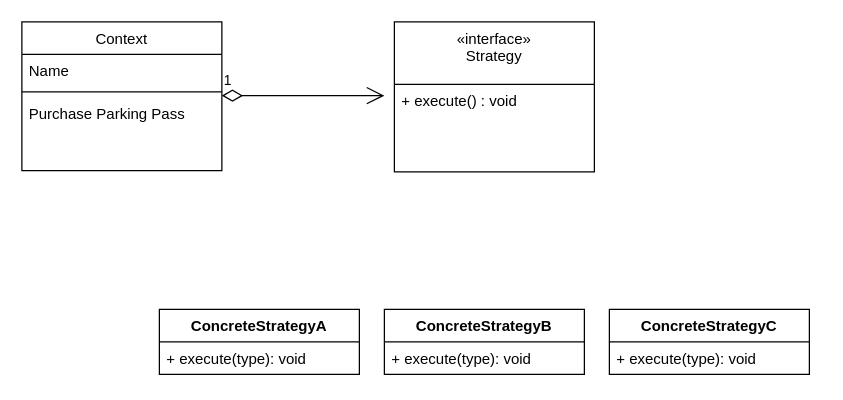
Earlier version of the draw.io diagram draw.io/design-pattern.drawio (Jstarfish/picBed). Source tidied: cells renumbered, new cells numbered last; positions are measured from the earlier drawing's top-left corner, leaving out a move shared by most shapes. Both pictures are drawn from the tidied source at 125%, with x=0, y=0 at pixel (21, 21).
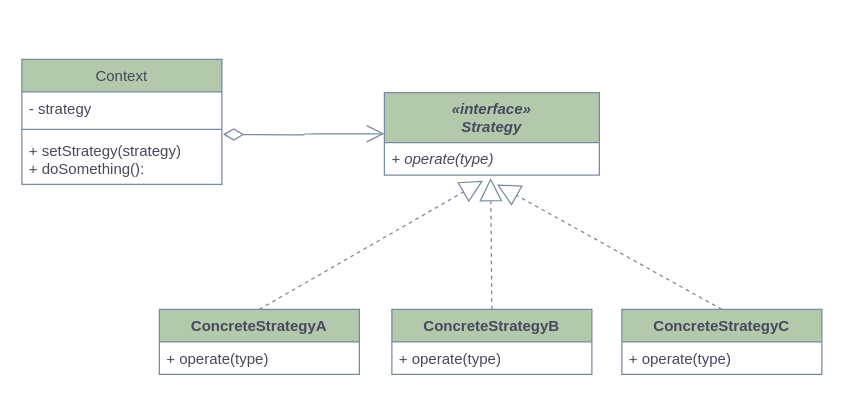
The same diagram, later.

Change to the diagram source:
```diff
@@
-    <mxCell id="2" value="Context" style="swimlane;fontStyle=0;align=center;verticalAlign=top;horizontal=1;startSize=26;rounded=0;shadow=0;strokeWidth=1;" parent="1" vertex="1">
-      <mxGeometry width="160" height="119" as="geometry" />
+    <mxCell id="2" value="Context" style="swimlane;fontStyle=0;align=center;verticalAlign=top;horizontal=1;startSize=26;rounded=0;shadow=0;strokeWidth=1;fillColor=#B2C9AB;strokeColor=#788AA3;fontColor=#46495D;" parent="1" vertex="1">
+      <mxGeometry y="30" width="160" height="100" as="geometry" />
     </mxCell>
-    <mxCell id="3" value="Name" style="text;align=left;verticalAlign=top;spacingLeft=4;spacingRight=4;overflow=hidden;" parent="2" vertex="1">
+    <mxCell id="3" value="- strategy" style="text;align=left;verticalAlign=top;spacingLeft=4;spacingRight=4;overflow=hidden;fontColor=#46495D;" parent="2" vertex="1">
       <mxGeometry y="26" width="160" height="26" as="geometry" />
     </mxCell>
-    <mxCell id="4" style="line;html=1;strokeWidth=1;align=left;verticalAlign=middle;spacingTop=-1;spacingLeft=3;spacingRight=3;labelPosition=right;" parent="2" vertex="1">
+    <mxCell id="4" style="line;html=1;strokeWidth=1;align=left;verticalAlign=middle;spacingTop=-1;spacingLeft=3;spacingRight=3;labelPosition=right;fillColor=#B2C9AB;strokeColor=#788AA3;fontColor=#46495D;" parent="2" vertex="1">
       <mxGeometry y="52" width="160" height="8" as="geometry" />
     </mxCell>
-    <mxCell id="5" value="Purchase Parking Pass" style="text;align=left;verticalAlign=top;spacingLeft=4;spacingRight=4;overflow=hidden;" parent="2" vertex="1">
-      <mxGeometry y="60" width="160" height="26" as="geometry" />
+    <mxCell id="5" value="+ setStrategy(strategy)&#10;+ doSomething(): " style="text;align=left;verticalAlign=top;spacingLeft=4;spacingRight=4;overflow=hidden;fontColor=#46495D;" parent="2" vertex="1">
+      <mxGeometry y="60" width="160" height="40" as="geometry" />
     </mxCell>
-    <mxCell id="6" value="«interface»&#10;Strategy" style="swimlane;fontStyle=0;align=center;verticalAlign=top;horizontal=1;startSize=50;rounded=0;shadow=0;strokeWidth=1;" parent="1" vertex="1">
-      <mxGeometry x="298" width="160" height="120" as="geometry" />
-    </mxCell>
-    <mxCell id="7" value="+ execute() : void" style="text;align=left;verticalAlign=top;spacingLeft=4;spacingRight=4;overflow=hidden;" parent="6" vertex="1">
-      <mxGeometry y="50" width="160" height="26" as="geometry" />
-    </mxCell>
-    <mxCell id="8" value="1" style="endArrow=open;html=1;endSize=12;startArrow=diamondThin;startSize=14;startFill=0;edgeStyle=orthogonalEdgeStyle;align=left;verticalAlign=bottom;" parent="1" edge="1">
+    <mxCell id="8" style="endArrow=open;html=1;endSize=12;startArrow=diamondThin;startSize=14;startFill=0;edgeStyle=orthogonalEdgeStyle;align=left;verticalAlign=bottom;strokeColor=#788AA3;fontColor=#46495D;entryX=0;entryY=0.5;entryDx=0;entryDy=0;" parent="1" edge="1" target="6">
       <mxGeometry x="-1" y="3" relative="1" as="geometry">
-        <mxPoint x="160" y="59" as="sourcePoint" />
-        <mxPoint x="290" y="59" as="targetPoint" />
+        <mxPoint x="161" y="90" as="sourcePoint" />
       </mxGeometry>
     </mxCell>
-    <mxCell id="9" value="ConcreteStrategyA" style="swimlane;fontStyle=1;align=center;verticalAlign=top;horizontal=1;startSize=26;" parent="1" vertex="1">
+    <mxCell id="9" value="ConcreteStrategyA" style="swimlane;fontStyle=1;align=center;verticalAlign=top;horizontal=1;startSize=26;fillColor=#B2C9AB;strokeColor=#788AA3;fontColor=#46495D;" parent="1" vertex="1">
       <mxGeometry x="110" y="230" width="160" height="52" as="geometry" />
     </mxCell>
-    <mxCell id="10" value="+ execute(type): void" style="text;strokeColor=none;fillColor=none;align=left;verticalAlign=top;spacingLeft=4;spacingRight=4;overflow=hidden;" parent="9" vertex="1">
+    <mxCell id="10" value="+ operate(type)" style="text;strokeColor=none;fillColor=none;align=left;verticalAlign=top;spacingLeft=4;spacingRight=4;overflow=hidden;fontColor=#46495D;" parent="9" vertex="1">
       <mxGeometry y="26" width="160" height="26" as="geometry" />
     </mxCell>
-    <mxCell id="11" value="ConcreteStrategyB" style="swimlane;fontStyle=1;align=center;verticalAlign=top;horizontal=1;startSize=26;" parent="1" vertex="1">
-      <mxGeometry x="290" y="230" width="160" height="52" as="geometry" />
+    <mxCell id="11" value="ConcreteStrategyB" style="swimlane;fontStyle=1;align=center;verticalAlign=top;horizontal=1;startSize=26;fillColor=#B2C9AB;strokeColor=#788AA3;fontColor=#46495D;" parent="1" vertex="1">
+      <mxGeometry x="296" y="230" width="160" height="52" as="geometry" />
     </mxCell>
-    <mxCell id="12" value="+ execute(type): void" style="text;strokeColor=none;fillColor=none;align=left;verticalAlign=top;spacingLeft=4;spacingRight=4;overflow=hidden;" parent="11" vertex="1">
+    <mxCell id="12" value="+ operate(type)" style="text;strokeColor=none;fillColor=none;align=left;verticalAlign=top;spacingLeft=4;spacingRight=4;overflow=hidden;fontColor=#46495D;" parent="11" vertex="1">
       <mxGeometry y="26" width="160" height="26" as="geometry" />
     </mxCell>
-    <mxCell id="13" value="ConcreteStrategyC" style="swimlane;fontStyle=1;align=center;verticalAlign=top;horizontal=1;startSize=26;" parent="1" vertex="1">
-      <mxGeometry x="470" y="230" width="160" height="52" as="geometry" />
+    <mxCell id="13" value="ConcreteStrategyC" style="swimlane;fontStyle=1;align=center;verticalAlign=top;horizontal=1;startSize=26;fillColor=#B2C9AB;strokeColor=#788AA3;fontColor=#46495D;" parent="1" vertex="1">
+      <mxGeometry x="480" y="230" width="160" height="52" as="geometry" />
     </mxCell>
-    <mxCell id="14" value="+ execute(type): void" style="text;strokeColor=none;fillColor=none;align=left;verticalAlign=top;spacingLeft=4;spacingRight=4;overflow=hidden;" parent="13" vertex="1">
+    <mxCell id="14" value="+ operate(type)" style="text;strokeColor=none;fillColor=none;align=left;verticalAlign=top;spacingLeft=4;spacingRight=4;overflow=hidden;fontColor=#46495D;" parent="13" vertex="1">
       <mxGeometry y="26" width="160" height="26" as="geometry" />
     </mxCell>
+    <mxCell id="6" value="«interface»&#10;Strategy" style="swimlane;fontStyle=3;align=center;verticalAlign=top;horizontal=1;startSize=40;fillColor=#B2C9AB;strokeColor=#788AA3;fontColor=#46495D;" parent="1" vertex="1">
+      <mxGeometry x="290" y="56.5" width="172" height="66" as="geometry" />
+    </mxCell>
+    <mxCell id="15" value="+ operate(type)" style="text;strokeColor=none;fillColor=none;align=left;verticalAlign=top;spacingLeft=4;spacingRight=4;overflow=hidden;fontColor=#46495D;fontStyle=2;" parent="6" vertex="1">
+      <mxGeometry y="40" width="172" height="26" as="geometry" />
+    </mxCell>
+    <mxCell id="16" style="endArrow=block;endSize=16;endFill=0;html=1;exitX=0.5;exitY=0;exitDx=0;exitDy=0;dashed=1;strokeColor=#788AA3;fontColor=#46495D;" parent="1" edge="1" source="11">
+      <mxGeometry relative="1" as="geometry">
+        <mxPoint x="375" y="125" as="targetPoint" />
+      </mxGeometry>
+    </mxCell>
+    <mxCell id="17" style="endArrow=block;endSize=16;endFill=0;html=1;dashed=1;exitX=0.5;exitY=0;exitDx=0;exitDy=0;strokeColor=#788AA3;fontColor=#46495D;" parent="1" edge="1" source="9">
+      <mxGeometry relative="1" as="geometry">
+        <mxPoint x="369" y="127" as="targetPoint" />
+      </mxGeometry>
+    </mxCell>
+    <mxCell id="18" style="endArrow=block;endSize=16;endFill=0;html=1;exitX=0.5;exitY=0;exitDx=0;exitDy=0;dashed=1;strokeColor=#788AA3;fontColor=#46495D;" parent="1" edge="1" source="13">
+      <mxGeometry relative="1" as="geometry">
+        <mxPoint x="380" y="130" as="targetPoint" />
+      </mxGeometry>
+    </mxCell>
```
